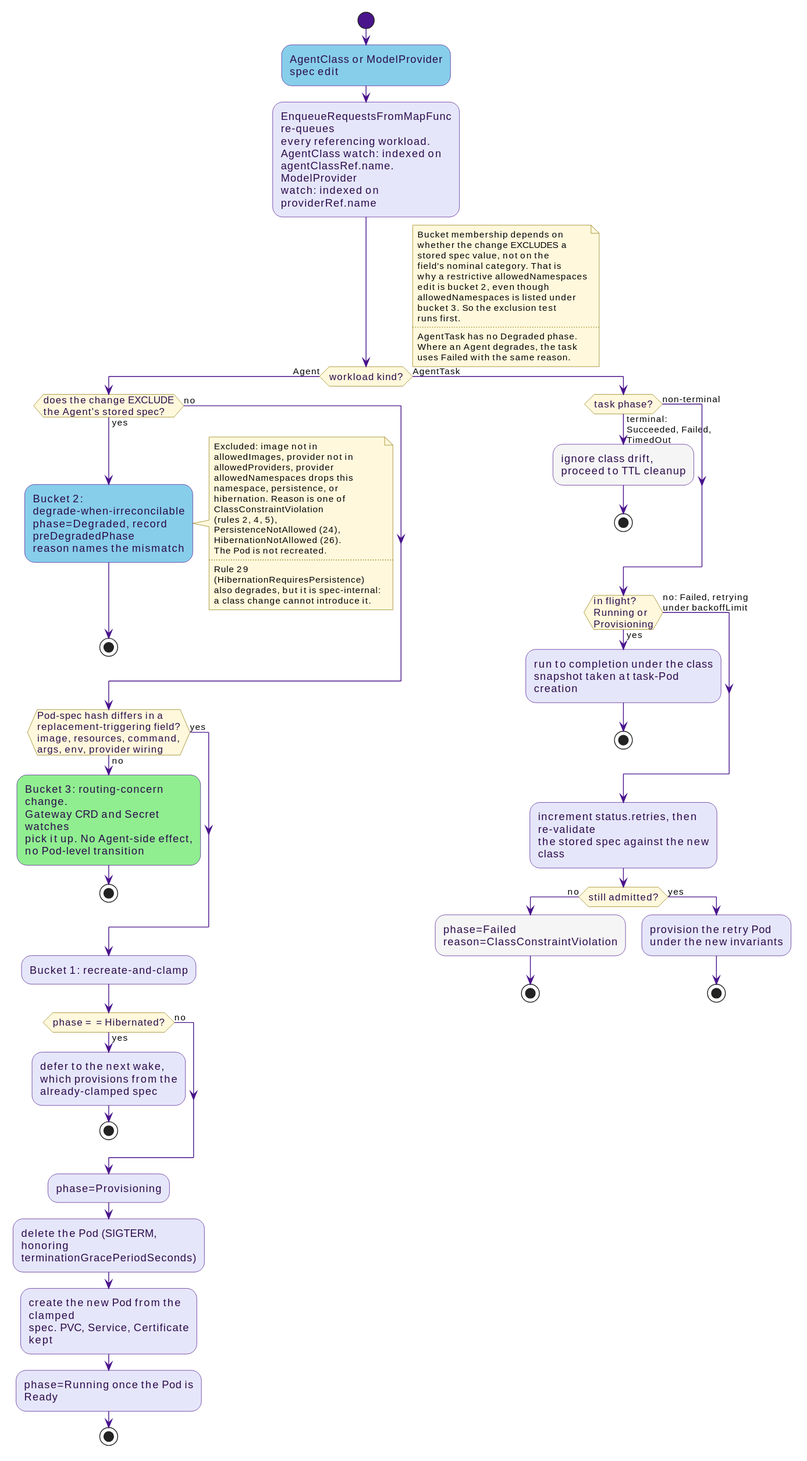
Before: docs/src/diagrams/agentclass-propagation.svg, a diagram exported from PlantUML (win07xp/kaalm). The source it was exported from:
```plantuml
@startuml
!include _style.puml

start
:AgentClass or ModelProvider\nspec edit;<<$ctrlBg>>
:EnqueueRequestsFromMapFunc re-queues
every referencing workload.
AgentClass watch: indexed on
agentClassRef.name. ModelProvider
watch: indexed on providerRef.name;

if (workload kind?) then (Agent)

  if (does the change EXCLUDE\nthe Agent's stored spec?) then (yes)
    :Bucket 2: degrade-when-irreconcilable
    phase=Degraded, record preDegradedPhase
    reason names the mismatch;<<$ctrlBg>>
    note right
      Excluded: image not in
      allowedImages, provider not in
      allowedProviders, provider
      allowedNamespaces drops this
      namespace, persistence, or
      hibernation. Reason is one of
      ClassConstraintViolation
      (rules 2, 4, 5),
      PersistenceNotAllowed (24),
      HibernationNotAllowed (26).
      The Pod is not recreated.
      ....
      Rule 29 (HibernationRequiresPersistence)
      also degrades, but it is spec-internal:
      a class change cannot introduce it.
    end note
    stop
  else (no)
  endif

  if (Pod-spec hash differs in a\nreplacement-triggering field?\nimage, resources, command,\nargs, env, provider wiring) then (no)
    :Bucket 3: routing-concern change.
    Gateway CRD and Secret watches
    pick it up. No Agent-side effect,
    no Pod-level transition;<<$gwBg>>
    stop
  else (yes)
  endif

  :Bucket 1: recreate-and-clamp;<<$agentBg>>
  if (phase == Hibernated?) then (yes)
    :defer to the next wake,\nwhich provisions from the\nalready-clamped spec;
    stop
  else (no)
  endif
  :phase=Provisioning;
  :delete the Pod (SIGTERM, honoring\nterminationGracePeriodSeconds);
  :create the new Pod from the clamped\nspec. PVC, Service, Certificate kept;
  :phase=Running once the Pod is Ready;
  stop

else (AgentTask)

  if (task phase?) then (terminal:\nSucceeded, Failed,\nTimedOut)
    :ignore class drift,
    proceed to TTL cleanup;<<$mutedBg>>
    stop
  else (non-terminal)
  endif

  if (in flight?\nRunning or\nProvisioning) then (yes)
    :run to completion under the class
    snapshot taken at task-Pod creation;<<$agentBg>>
    stop
  else (no: Failed, retrying\nunder backoffLimit)
  endif

  :increment status.retries, then re-validate\nthe stored spec against the new class;
  if (still admitted?) then (no)
    :phase=Failed
    reason=ClassConstraintViolation;<<$mutedBg>>
    stop
  else (yes)
    :provision the retry Pod\nunder the new invariants;
    stop
  endif

endif

note right
  Bucket membership depends on
  whether the change EXCLUDES a
  stored spec value, not on the
  field's nominal category. That is
  why a restrictive allowedNamespaces
  edit is bucket 2, even though
  allowedNamespaces is listed under
  bucket 3. So the exclusion test
  runs first.
  ....
  AgentTask has no Degraded phase.
  Where an Agent degrades, the task
  uses Failed with the same reason.
end note
@enduml
```
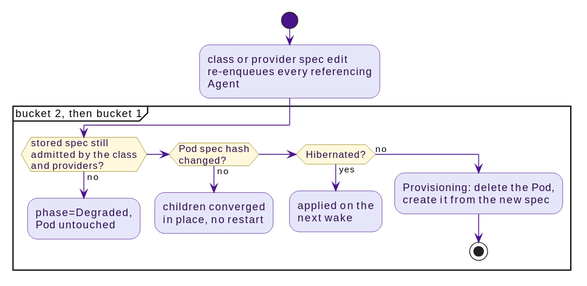
After the commit.

Change to the diagram source:
```diff
@@ -2,102 +2,21 @@
 !include _style.puml
 
 start
-:AgentClass or ModelProvider\nspec edit;<<$ctrlBg>>
-:EnqueueRequestsFromMapFunc re-queues
-every referencing workload.
-AgentClass watch: indexed on
-agentClassRef.name. ModelProvider
-watch: indexed on providerRef.name;
+:class or provider spec edit\nre-enqueues every referencing Agent;
 
-if (workload kind?) then (Agent)
-
-  if (does the change EXCLUDE\nthe Agent's stored spec?) then (yes)
-    :Bucket 2: degrade-when-irreconcilable
-    phase=Degraded, record preDegradedPhase
-    reason names the mismatch;<<$ctrlBg>>
-    note right
-      Excluded: image not in
-      allowedImages, provider not in
-      allowedProviders, provider
-      allowedNamespaces drops this
-      namespace, persistence, or
-      hibernation. Reason is one of
-      ClassConstraintViolation
-      (rules 2, 4, 5),
-      PersistenceNotAllowed (24),
-      HibernationNotAllowed (26).
-      The Pod is not recreated.
-      ....
-      Rule 29 (HibernationRequiresPersistence)
-      also degrades, but it is spec-internal:
-      a class change cannot introduce it.
-    end note
-    stop
+partition "bucket 2, then bucket 1" {
+  if (stored spec still\nadmitted by the class\nand providers?) then (no)
+    :phase=Degraded,\nPod untouched;
+    kill
+  elseif (Pod spec hash\nchanged?) then (no)
+    :children converged\nin place, no restart;
+    kill
+  elseif (Hibernated?) then (yes)
+    :applied on the\nnext wake;
+    kill
   else (no)
-  endif
-
-  if (Pod-spec hash differs in a\nreplacement-triggering field?\nimage, resources, command,\nargs, env, provider wiring) then (no)
-    :Bucket 3: routing-concern change.
-    Gateway CRD and Secret watches
-    pick it up. No Agent-side effect,
-    no Pod-level transition;<<$gwBg>>
-    stop
-  else (yes)
-  endif
-
-  :Bucket 1: recreate-and-clamp;<<$agentBg>>
-  if (phase == Hibernated?) then (yes)
-    :defer to the next wake,\nwhich provisions from the\nalready-clamped spec;
-    stop
-  else (no)
-  endif
-  :phase=Provisioning;
-  :delete the Pod (SIGTERM, honoring\nterminationGracePeriodSeconds);
-  :create the new Pod from the clamped\nspec. PVC, Service, Certificate kept;
-  :phase=Running once the Pod is Ready;
-  stop
-
-else (AgentTask)
-
-  if (task phase?) then (terminal:\nSucceeded, Failed,\nTimedOut)
-    :ignore class drift,
-    proceed to TTL cleanup;<<$mutedBg>>
-    stop
-  else (non-terminal)
-  endif
-
-  if (in flight?\nRunning or\nProvisioning) then (yes)
-    :run to completion under the class
-    snapshot taken at task-Pod creation;<<$agentBg>>
-    stop
-  else (no: Failed, retrying\nunder backoffLimit)
-  endif
-
-  :increment status.retries, then re-validate\nthe stored spec against the new class;
-  if (still admitted?) then (no)
-    :phase=Failed
-    reason=ClassConstraintViolation;<<$mutedBg>>
-    stop
-  else (yes)
-    :provision the retry Pod\nunder the new invariants;
+    :Provisioning: delete the Pod,\ncreate it from the new spec;
     stop
   endif
-
-endif
-
-note right
-  Bucket membership depends on
-  whether the change EXCLUDES a
-  stored spec value, not on the
-  field's nominal category. That is
-  why a restrictive allowedNamespaces
-  edit is bucket 2, even though
-  allowedNamespaces is listed under
-  bucket 3. So the exclusion test
-  runs first.
-  ....
-  AgentTask has no Degraded phase.
-  Where an Agent degrades, the task
-  uses Failed with the same reason.
-end note
+}
 @enduml
```
